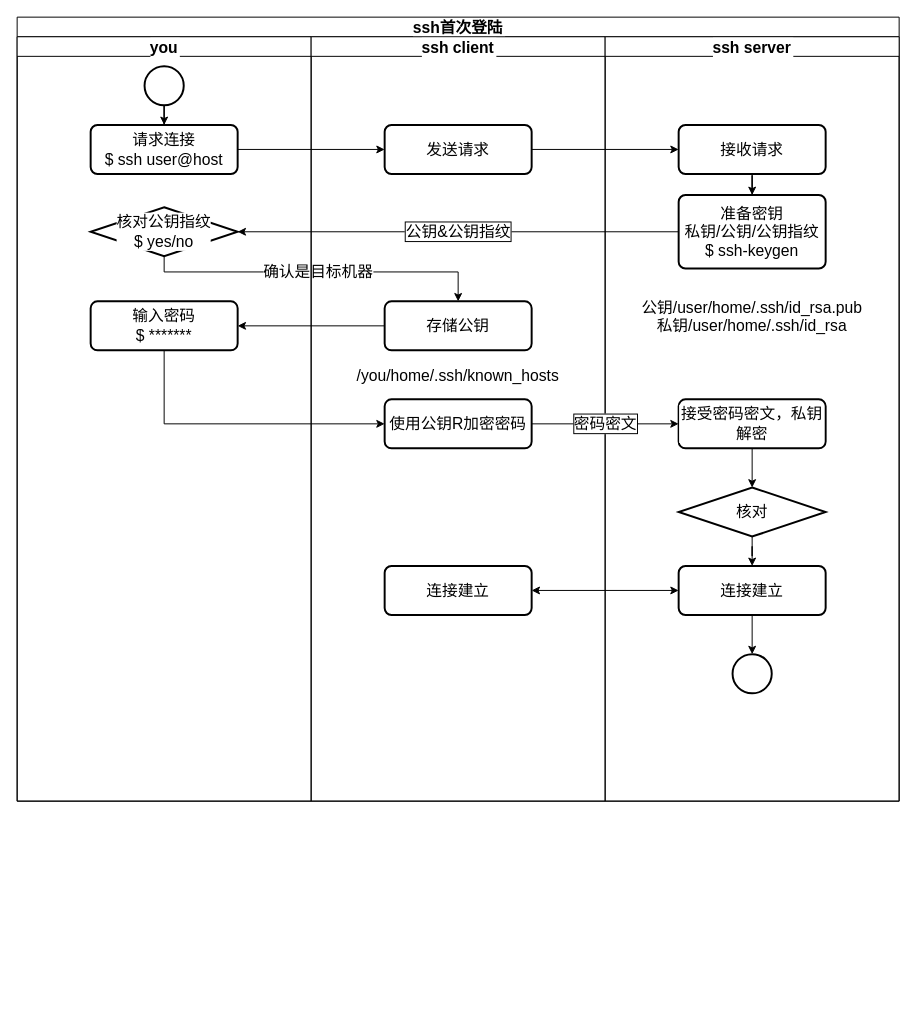
RedFoxAtAsleep/app.diagram.net keeps this draw.io diagram as page "Page-1" (1 of 3) of ssh.drawio. Above is the earlier version. Source tidied: cells renumbered, new cells numbered last; positions are measured from the earlier drawing's top-left corner, leaving out a move shared by most shapes. Both pictures are drawn from the tidied source at 98%, with x=0, y=0 at pixel (17, 17).
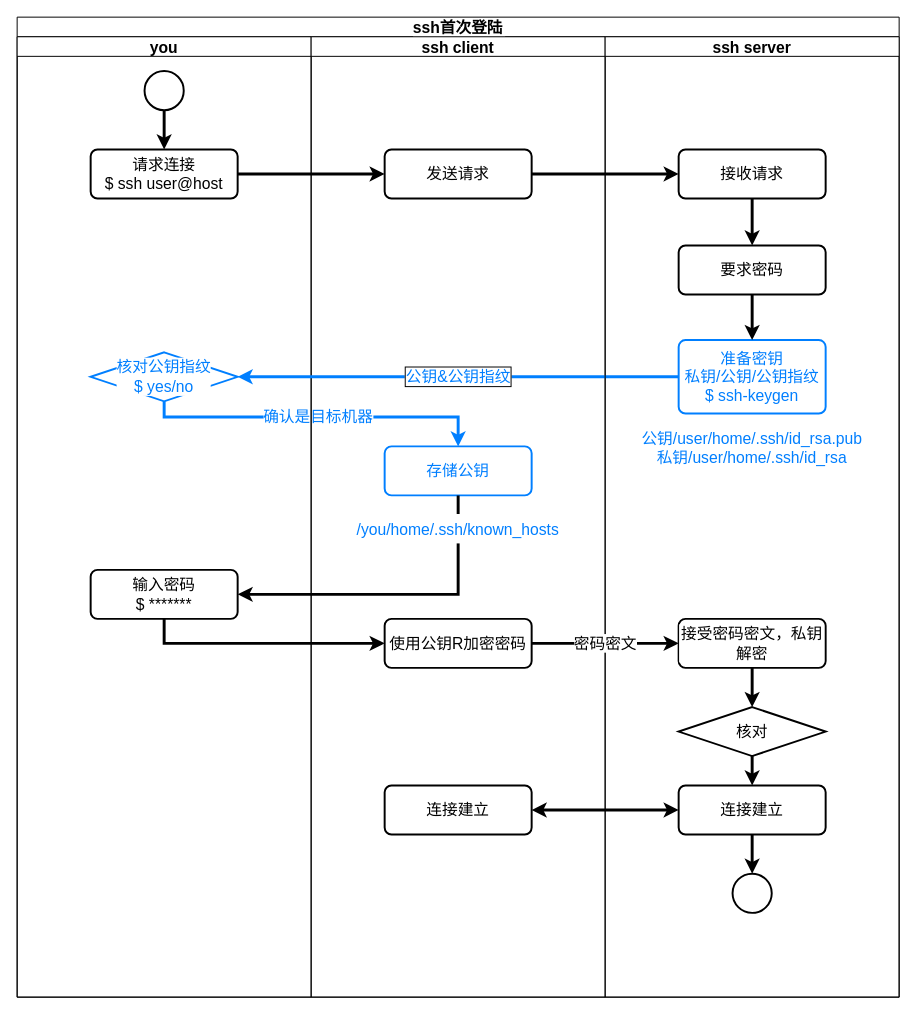
The same diagram, later.

What changed in the source:
```diff
@@
     <mxCell id="2" value="ssh首次登陆" style="swimlane;startSize=20;fontSize=16;labelBackgroundColor=default;" parent="1" vertex="1">
-      <mxGeometry width="900" height="800" as="geometry" />
+      <mxGeometry width="900" height="1000" as="geometry" />
     </mxCell>
-    <mxCell id="3" value="确认是目标机器" style="edgeStyle=orthogonalEdgeStyle;rounded=0;jettySize=auto;html=1;labelBackgroundColor=default;fontSize=16;" parent="2" edge="1" source="10" target="14">
+    <mxCell id="3" value="确认是目标机器" style="edgeStyle=orthogonalEdgeStyle;rounded=0;jettySize=auto;html=1;labelBackgroundColor=default;fontSize=16;strokeColor=#007FFF;fontColor=#007FFF;strokeWidth=3;" parent="2" edge="1" source="10" target="14">
       <mxGeometry relative="1" as="geometry">
         <Array as="points">
-          <mxPoint x="150" y="260" />
-          <mxPoint x="450" y="260" />
+          <mxPoint x="150" y="408" />
+          <mxPoint x="450" y="408" />
         </Array>
       </mxGeometry>
     </mxCell>
-    <mxCell id="4" style="edgeStyle=orthogonalEdgeStyle;rounded=0;jettySize=auto;html=1;labelBackgroundColor=default;labelBorderColor=#000000;fontSize=16;fontColor=#007FFF;" parent="2" edge="1" source="14" target="11">
-      <mxGeometry relative="1" as="geometry" />
-    </mxCell>
-    <mxCell id="5" style="edgeStyle=orthogonalEdgeStyle;rounded=0;jettySize=auto;html=1;exitX=0.5;exitY=1;exitDx=0;exitDy=0;entryX=0;entryY=0.5;entryDx=0;entryDy=0;labelBackgroundColor=default;labelBorderColor=#000000;fontSize=16;fontColor=#000000;" parent="2" edge="1" source="11" target="15">
+    <mxCell id="5" style="edgeStyle=orthogonalEdgeStyle;rounded=0;jettySize=auto;html=1;exitX=0.5;exitY=1;exitDx=0;exitDy=0;entryX=0;entryY=0.5;entryDx=0;entryDy=0;labelBackgroundColor=default;labelBorderColor=#000000;fontSize=16;fontColor=#000000;strokeWidth=3;" parent="2" edge="1" source="11" target="15">
       <mxGeometry relative="1" as="geometry" />
     </mxCell>
-    <mxCell id="6" value="you" style="swimlane;startSize=20;fontSize=16;labelBackgroundColor=default;" parent="2" vertex="1">
-      <mxGeometry y="20" width="300" height="780" as="geometry" />
+    <mxCell id="6" value="you" style="swimlane;startSize=20;fontSize=16;labelBackgroundColor=none;" parent="2" vertex="1">
+      <mxGeometry y="20" width="300" height="980" as="geometry" />
     </mxCell>
     <mxCell id="7" value="请求连接&lt;br&gt;$ ssh user@host" style="rounded=1;whiteSpace=wrap;html=1;absoluteArcSize=1;arcSize=14;strokeWidth=2;fontSize=16;labelBackgroundColor=default;" parent="6" vertex="1">
-      <mxGeometry x="75" y="90" width="150" height="50" as="geometry" />
+      <mxGeometry x="75" y="115" width="150" height="50" as="geometry" />
     </mxCell>
-    <mxCell id="8" style="edgeStyle=orthogonalEdgeStyle;rounded=0;jettySize=auto;html=1;fontSize=16;labelBackgroundColor=default;" parent="6" edge="1" source="9" target="7">
+    <mxCell id="8" style="edgeStyle=orthogonalEdgeStyle;rounded=0;jettySize=auto;html=1;fontSize=16;labelBackgroundColor=default;strokeWidth=3;" parent="6" edge="1" source="9" target="7">
       <mxGeometry relative="1" as="geometry" />
     </mxCell>
     <mxCell id="9" style="strokeWidth=2;html=1;shape=mxgraph.flowchart.start_2;whiteSpace=wrap;fontSize=16;labelBackgroundColor=default;" parent="6" vertex="1">
-      <mxGeometry x="130" y="30" width="40" height="40" as="geometry" />
+      <mxGeometry x="130" y="35" width="40" height="40" as="geometry" />
     </mxCell>
-    <mxCell id="10" value="核对公钥指纹&lt;br&gt;$ yes/no" style="strokeWidth=2;html=1;shape=mxgraph.flowchart.decision;whiteSpace=wrap;fontSize=16;labelBackgroundColor=default;" parent="6" vertex="1">
-      <mxGeometry x="75" y="174" width="150" height="50" as="geometry" />
+    <mxCell id="10" value="核对公钥指纹&lt;br&gt;$ yes/no" style="strokeWidth=2;html=1;shape=mxgraph.flowchart.decision;whiteSpace=wrap;fontSize=16;labelBackgroundColor=default;strokeColor=#007FFF;fontColor=#007FFF;" parent="6" vertex="1">
+      <mxGeometry x="75" y="322" width="150" height="50" as="geometry" />
     </mxCell>
     <mxCell id="11" value="输入密码&lt;br&gt;$ *******" style="rounded=1;whiteSpace=wrap;html=1;absoluteArcSize=1;arcSize=14;strokeWidth=2;fontSize=16;labelBackgroundColor=default;" parent="6" vertex="1">
-      <mxGeometry x="75" y="270" width="150" height="50" as="geometry" />
+      <mxGeometry x="75" y="544" width="150" height="50" as="geometry" />
     </mxCell>
-    <mxCell id="12" value="ssh client" style="swimlane;startSize=20;fontSize=16;labelBackgroundColor=default;" parent="2" vertex="1">
-      <mxGeometry x="300" y="20" width="300" height="780" as="geometry" />
+    <mxCell id="12" value="ssh client" style="swimlane;startSize=20;fontSize=16;labelBackgroundColor=none;fontColor=#000000;" parent="2" vertex="1">
+      <mxGeometry x="300" y="20" width="300" height="980" as="geometry" />
     </mxCell>
     <mxCell id="13" value="发送请求" style="rounded=1;whiteSpace=wrap;html=1;absoluteArcSize=1;arcSize=14;strokeWidth=2;fontSize=16;labelBackgroundColor=default;" parent="12" vertex="1">
-      <mxGeometry x="75" y="90" width="150" height="50" as="geometry" />
+      <mxGeometry x="75" y="115" width="150" height="50" as="geometry" />
     </mxCell>
-    <mxCell id="14" value="存储公钥" style="rounded=1;whiteSpace=wrap;html=1;absoluteArcSize=1;arcSize=14;strokeWidth=2;fontSize=16;labelBackgroundColor=default;" parent="12" vertex="1">
-      <mxGeometry x="75" y="270" width="150" height="50" as="geometry" />
+    <mxCell id="14" value="存储公钥" style="rounded=1;whiteSpace=wrap;html=1;absoluteArcSize=1;arcSize=14;strokeWidth=2;fontSize=16;labelBackgroundColor=default;strokeColor=#007FFF;fontColor=#007FFF;" parent="12" vertex="1">
+      <mxGeometry x="75" y="418" width="150" height="50" as="geometry" />
     </mxCell>
     <mxCell id="15" value="使用公钥R加密密码" style="rounded=1;whiteSpace=wrap;html=1;absoluteArcSize=1;arcSize=14;strokeWidth=2;fontSize=16;labelBackgroundColor=default;" parent="12" vertex="1">
-      <mxGeometry x="75" y="370" width="150" height="50" as="geometry" />
+      <mxGeometry x="75" y="594" width="150" height="50" as="geometry" />
     </mxCell>
-    <mxCell id="16" value="&lt;span style=&quot;color: rgb(0, 0, 0); font-family: helvetica; font-size: 16px; font-style: normal; font-weight: 400; letter-spacing: normal; text-indent: 0px; text-transform: none; word-spacing: 0px; display: inline; float: none;&quot;&gt;/you/home/.ssh/known_hosts&lt;/span&gt;" style="text;whiteSpace=wrap;html=1;fontSize=16;fontColor=#000000;align=center;labelBackgroundColor=default;" parent="12" vertex="1">
-      <mxGeometry x="35" y="330" width="230" height="30" as="geometry" />
-    </mxCell>
     <mxCell id="17" value="连接建立" style="rounded=1;whiteSpace=wrap;html=1;absoluteArcSize=1;arcSize=14;strokeWidth=2;fontSize=16;labelBackgroundColor=default;" parent="12" vertex="1">
-      <mxGeometry x="75" y="540" width="150" height="50" as="geometry" />
+      <mxGeometry x="75" y="764" width="150" height="50" as="geometry" />
     </mxCell>
-    <mxCell id="18" style="edgeStyle=orthogonalEdgeStyle;rounded=0;jettySize=auto;html=1;fontSize=16;labelBackgroundColor=default;" parent="2" edge="1" source="13" target="23">
+    <mxCell id="18" style="edgeStyle=orthogonalEdgeStyle;rounded=0;jettySize=auto;html=1;fontSize=16;labelBackgroundColor=default;strokeWidth=3;" parent="2" edge="1" source="13" target="23">
       <mxGeometry relative="1" as="geometry" />
     </mxCell>
-    <mxCell id="19" value="公钥&amp;amp;公钥指纹" style="edgeStyle=orthogonalEdgeStyle;rounded=0;jettySize=auto;html=1;fontSize=16;labelBackgroundColor=default;labelBorderColor=#000000;" parent="2" edge="1" source="24" target="10">
+    <mxCell id="19" value="公钥&amp;amp;公钥指纹" style="edgeStyle=orthogonalEdgeStyle;rounded=0;jettySize=auto;html=1;fontSize=16;labelBackgroundColor=default;labelBorderColor=#000000;strokeColor=#007FFF;fontColor=#007FFF;strokeWidth=3;" parent="2" edge="1" source="24" target="10">
       <mxGeometry relative="1" as="geometry" />
     </mxCell>
-    <mxCell id="20" style="edgeStyle=orthogonalEdgeStyle;rounded=0;jettySize=auto;html=1;labelBackgroundColor=default;fontSize=16;" parent="2" edge="1" source="7" target="13">
+    <mxCell id="20" style="edgeStyle=orthogonalEdgeStyle;rounded=0;jettySize=auto;html=1;labelBackgroundColor=default;fontSize=16;strokeWidth=3;" parent="2" edge="1" source="7" target="13">
       <mxGeometry relative="1" as="geometry" />
     </mxCell>
-    <mxCell id="21" value="ssh server" style="swimlane;startSize=20;fontSize=16;labelBackgroundColor=default;" parent="2" vertex="1">
-      <mxGeometry x="600" y="20" width="300" height="780" as="geometry" />
+    <mxCell id="21" value="ssh server" style="swimlane;startSize=20;fontSize=16;labelBackgroundColor=none;" parent="2" vertex="1">
+      <mxGeometry x="600" y="20" width="300" height="980" as="geometry" />
     </mxCell>
-    <mxCell id="22" style="edgeStyle=orthogonalEdgeStyle;rounded=0;jettySize=auto;html=1;fontSize=16;labelBackgroundColor=default;" parent="21" edge="1" source="23" target="24">
-      <mxGeometry relative="1" as="geometry" />
-    </mxCell>
+    <mxCell id="35" style="edgeStyle=orthogonalEdgeStyle;rounded=0;jettySize=auto;html=1;labelBackgroundColor=default;labelBorderColor=default;fontSize=16;startArrow=none;startFill=0;strokeWidth=3;" parent="21" edge="1" source="23" target="37">
+      <mxGeometry relative="1" as="geometry" />
+    </mxCell>
     <mxCell id="23" value="接收请求" style="rounded=1;whiteSpace=wrap;html=1;absoluteArcSize=1;arcSize=14;strokeWidth=2;fontSize=16;labelBackgroundColor=default;" parent="21" vertex="1">
-      <mxGeometry x="75" y="90" width="150" height="50" as="geometry" />
+      <mxGeometry x="75" y="115" width="150" height="50" as="geometry" />
     </mxCell>
-    <mxCell id="24" value="准备密钥&lt;br&gt;私钥/公钥/公钥指纹&lt;br&gt;$&amp;nbsp;ssh-keygen" style="rounded=1;whiteSpace=wrap;html=1;absoluteArcSize=1;arcSize=14;strokeWidth=2;fontSize=16;labelBackgroundColor=default;" parent="21" vertex="1">
-      <mxGeometry x="75" y="161.5" width="150" height="75" as="geometry" />
+    <mxCell id="24" value="准备密钥&lt;br&gt;私钥/公钥/公钥指纹&lt;br&gt;$&amp;nbsp;ssh-keygen" style="rounded=1;whiteSpace=wrap;html=1;absoluteArcSize=1;arcSize=14;strokeWidth=2;fontSize=16;labelBackgroundColor=default;strokeColor=#007FFF;fontColor=#007FFF;" parent="21" vertex="1">
+      <mxGeometry x="75" y="309.5" width="150" height="75" as="geometry" />
     </mxCell>
-    <mxCell id="25" style="edgeStyle=orthogonalEdgeStyle;rounded=0;jettySize=auto;html=1;exitX=0.5;exitY=1;exitDx=0;exitDy=0;labelBackgroundColor=default;labelBorderColor=#000000;fontSize=16;fontColor=#000000;" parent="21" edge="1" source="26" target="29">
+    <mxCell id="25" style="edgeStyle=orthogonalEdgeStyle;rounded=0;jettySize=auto;html=1;exitX=0.5;exitY=1;exitDx=0;exitDy=0;labelBackgroundColor=default;labelBorderColor=#000000;fontSize=16;fontColor=#000000;strokeWidth=3;" parent="21" edge="1" source="26" target="29">
       <mxGeometry relative="1" as="geometry" />
     </mxCell>
     <mxCell id="26" value="接受密码密文，私钥解密" style="rounded=1;whiteSpace=wrap;html=1;absoluteArcSize=1;arcSize=14;strokeWidth=2;fontSize=16;labelBackgroundColor=default;" parent="21" vertex="1">
-      <mxGeometry x="75" y="370" width="150" height="50" as="geometry" />
+      <mxGeometry x="75" y="594" width="150" height="50" as="geometry" />
     </mxCell>
-    <mxCell id="27" value="&lt;span style=&quot;color: rgb(0, 0, 0); font-family: helvetica; font-size: 16px; font-style: normal; font-weight: 400; letter-spacing: normal; text-indent: 0px; text-transform: none; word-spacing: 0px; display: inline; float: none;&quot;&gt;公钥/user/home/.ssh/id_rsa.pub&lt;/span&gt;&lt;br style=&quot;color: rgb(0, 0, 0); font-family: helvetica; font-size: 16px; font-style: normal; font-weight: 400; letter-spacing: normal; text-indent: 0px; text-transform: none; word-spacing: 0px;&quot;&gt;&lt;span style=&quot;color: rgb(0, 0, 0); font-family: helvetica; font-size: 16px; font-style: normal; font-weight: 400; letter-spacing: normal; text-indent: 0px; text-transform: none; word-spacing: 0px; display: inline; float: none;&quot;&gt;私钥/user/home/.ssh/&lt;/span&gt;&lt;span style=&quot;color: rgb(0, 0, 0); font-family: helvetica; font-size: 16px; font-style: normal; font-weight: 400; letter-spacing: normal; text-indent: 0px; text-transform: none; word-spacing: 0px; display: inline; float: none;&quot;&gt;id_rsa&lt;/span&gt;" style="text;whiteSpace=wrap;html=1;fontSize=16;fontColor=#000000;align=center;labelBackgroundColor=default;" parent="21" vertex="1">
-      <mxGeometry x="20" y="260" width="260" height="50" as="geometry" />
+    <mxCell id="27" value="&lt;span style=&quot;font-family: helvetica; font-size: 16px; font-style: normal; font-weight: 400; letter-spacing: normal; text-indent: 0px; text-transform: none; word-spacing: 0px; display: inline; float: none;&quot;&gt;公钥/user/home/.ssh/id_rsa.pub&lt;/span&gt;&lt;br style=&quot;font-family: helvetica; font-size: 16px; font-style: normal; font-weight: 400; letter-spacing: normal; text-indent: 0px; text-transform: none; word-spacing: 0px;&quot;&gt;&lt;span style=&quot;font-family: helvetica; font-size: 16px; font-style: normal; font-weight: 400; letter-spacing: normal; text-indent: 0px; text-transform: none; word-spacing: 0px; display: inline; float: none;&quot;&gt;私钥/user/home/.ssh/&lt;/span&gt;&lt;span style=&quot;font-family: helvetica; font-size: 16px; font-style: normal; font-weight: 400; letter-spacing: normal; text-indent: 0px; text-transform: none; word-spacing: 0px; display: inline; float: none;&quot;&gt;id_rsa&lt;/span&gt;" style="text;whiteSpace=wrap;html=1;fontSize=16;fontColor=#007FFF;align=center;labelBackgroundColor=default;strokeColor=none;fillColor=default;" parent="21" vertex="1">
+      <mxGeometry x="20" y="394" width="260" height="50" as="geometry" />
     </mxCell>
-    <mxCell id="28" style="edgeStyle=orthogonalEdgeStyle;rounded=0;jettySize=auto;html=1;exitX=0.5;exitY=1;exitDx=0;exitDy=0;exitPerimeter=0;labelBackgroundColor=default;labelBorderColor=default;fontSize=16;startArrow=none;startFill=0;" parent="21" edge="1" source="29" target="31">
+    <mxCell id="28" style="edgeStyle=orthogonalEdgeStyle;rounded=0;jettySize=auto;html=1;exitX=0.5;exitY=1;exitDx=0;exitDy=0;exitPerimeter=0;labelBackgroundColor=default;labelBorderColor=default;fontSize=16;startArrow=none;startFill=0;strokeWidth=3;" parent="21" edge="1" source="29" target="31">
       <mxGeometry relative="1" as="geometry" />
     </mxCell>
     <mxCell id="29" value="核对" style="strokeWidth=2;html=1;shape=mxgraph.flowchart.decision;whiteSpace=wrap;fontSize=16;labelBackgroundColor=default;" parent="21" vertex="1">
-      <mxGeometry x="75" y="460" width="150" height="50" as="geometry" />
+      <mxGeometry x="75" y="684" width="150" height="50" as="geometry" />
     </mxCell>
-    <mxCell id="30" style="edgeStyle=orthogonalEdgeStyle;rounded=0;jettySize=auto;html=1;labelBackgroundColor=default;labelBorderColor=default;fontSize=16;startArrow=none;startFill=0;" parent="21" edge="1" source="31" target="32">
+    <mxCell id="30" style="edgeStyle=orthogonalEdgeStyle;rounded=0;jettySize=auto;html=1;labelBackgroundColor=default;labelBorderColor=default;fontSize=16;startArrow=none;startFill=0;strokeWidth=3;" parent="21" edge="1" source="31" target="32">
       <mxGeometry relative="1" as="geometry" />
     </mxCell>
     <mxCell id="31" value="连接建立" style="rounded=1;whiteSpace=wrap;html=1;absoluteArcSize=1;arcSize=14;strokeWidth=2;fontSize=16;labelBackgroundColor=default;" parent="21" vertex="1">
-      <mxGeometry x="75" y="540" width="150" height="50" as="geometry" />
+      <mxGeometry x="75" y="764" width="150" height="50" as="geometry" />
     </mxCell>
     <mxCell id="32" style="strokeWidth=2;html=1;shape=mxgraph.flowchart.start_2;whiteSpace=wrap;fontSize=16;labelBackgroundColor=default;" parent="21" vertex="1">
-      <mxGeometry x="130" y="630" width="40" height="40" as="geometry" />
+      <mxGeometry x="130" y="854" width="40" height="40" as="geometry" />
     </mxCell>
+    <mxCell id="36" style="edgeStyle=orthogonalEdgeStyle;rounded=0;jettySize=auto;html=1;labelBackgroundColor=default;labelBorderColor=default;fontSize=16;startArrow=none;startFill=0;strokeWidth=3;" parent="21" edge="1" source="37" target="24">
+      <mxGeometry relative="1" as="geometry" />
+    </mxCell>
+    <mxCell id="37" value="要求密码" style="rounded=1;whiteSpace=wrap;html=1;absoluteArcSize=1;arcSize=14;strokeWidth=2;fontSize=16;labelBackgroundColor=default;" parent="21" vertex="1">
+      <mxGeometry x="75" y="213" width="150" height="50" as="geometry" />
+    </mxCell>
-    <mxCell id="33" value="&lt;span style=&quot;color: rgb(0, 0, 0); font-family: helvetica; font-size: 16px; font-style: normal; font-weight: 400; letter-spacing: normal; text-align: center; text-indent: 0px; text-transform: none; word-spacing: 0px; display: inline; float: none;&quot;&gt;密码密文&lt;/span&gt;" style="edgeStyle=orthogonalEdgeStyle;rounded=0;jettySize=auto;html=1;labelBackgroundColor=default;labelBorderColor=#000000;fontSize=16;fontColor=#007FFF;" parent="2" edge="1" source="15" target="26">
+    <mxCell id="33" value="&lt;span style=&quot;color: rgb(0, 0, 0); font-family: helvetica; font-size: 16px; font-style: normal; font-weight: 400; letter-spacing: normal; text-align: center; text-indent: 0px; text-transform: none; word-spacing: 0px; display: inline; float: none;&quot;&gt;密码密文&lt;/span&gt;" style="edgeStyle=orthogonalEdgeStyle;rounded=0;jettySize=auto;html=1;labelBackgroundColor=default;labelBorderColor=none;fontSize=16;fontColor=#007FFF;strokeWidth=3;" parent="2" edge="1" source="15" target="26">
       <mxGeometry relative="1" as="geometry" />
     </mxCell>
-    <mxCell id="34" style="edgeStyle=orthogonalEdgeStyle;rounded=0;jettySize=auto;html=1;entryX=0;entryY=0.5;entryDx=0;entryDy=0;labelBackgroundColor=default;labelBorderColor=default;fontSize=16;startArrow=classic;startFill=1;" parent="2" edge="1" source="17" target="31">
+    <mxCell id="34" style="edgeStyle=orthogonalEdgeStyle;rounded=0;jettySize=auto;html=1;entryX=0;entryY=0.5;entryDx=0;entryDy=0;labelBackgroundColor=default;labelBorderColor=default;fontSize=16;startArrow=classic;startFill=1;strokeWidth=3;" parent="2" edge="1" source="17" target="31">
       <mxGeometry relative="1" as="geometry" />
     </mxCell>
+    <mxCell id="4" style="edgeStyle=orthogonalEdgeStyle;rounded=0;jettySize=auto;html=1;exitX=0.5;exitY=1;exitDx=0;exitDy=0;labelBackgroundColor=default;labelBorderColor=default;fontSize=16;startArrow=none;startFill=0;entryX=1;entryY=0.5;entryDx=0;entryDy=0;strokeWidth=3;" parent="2" edge="1" source="14" target="11">
+      <mxGeometry relative="1" as="geometry" />
+    </mxCell>
+    <mxCell id="16" value="&lt;span style=&quot;font-family: helvetica; font-size: 16px; font-style: normal; font-weight: 400; letter-spacing: normal; text-indent: 0px; text-transform: none; word-spacing: 0px; display: inline; float: none;&quot;&gt;/you/home/.ssh/known_hosts&lt;/span&gt;" style="text;whiteSpace=wrap;html=1;fontSize=16;fontColor=#007FFF;align=center;labelBackgroundColor=default;labelBorderColor=none;strokeColor=none;fillColor=#FFFFFF;" parent="1" vertex="1">
+      <mxGeometry x="335" y="507" width="230" height="30" as="geometry" />
+    </mxCell>
```
